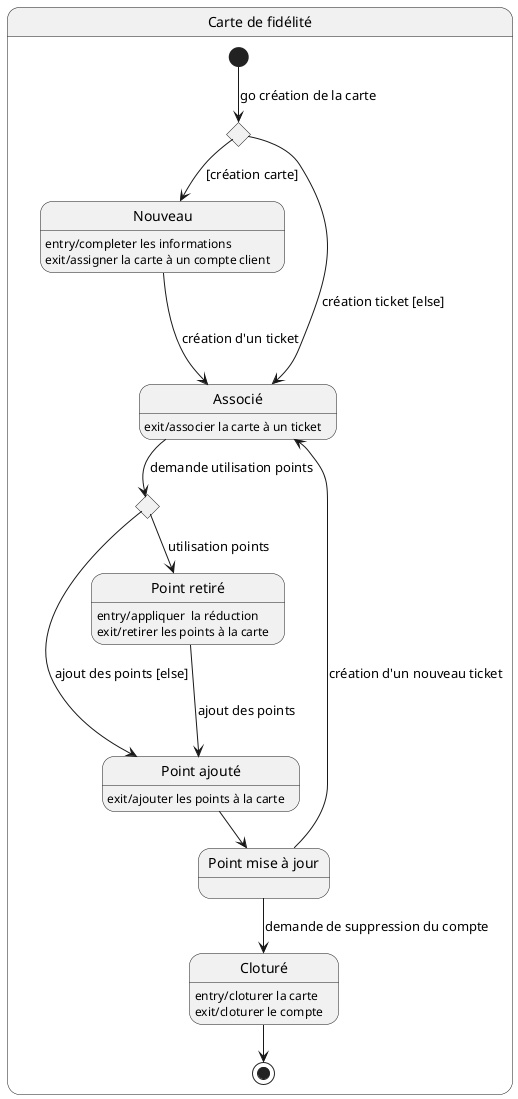
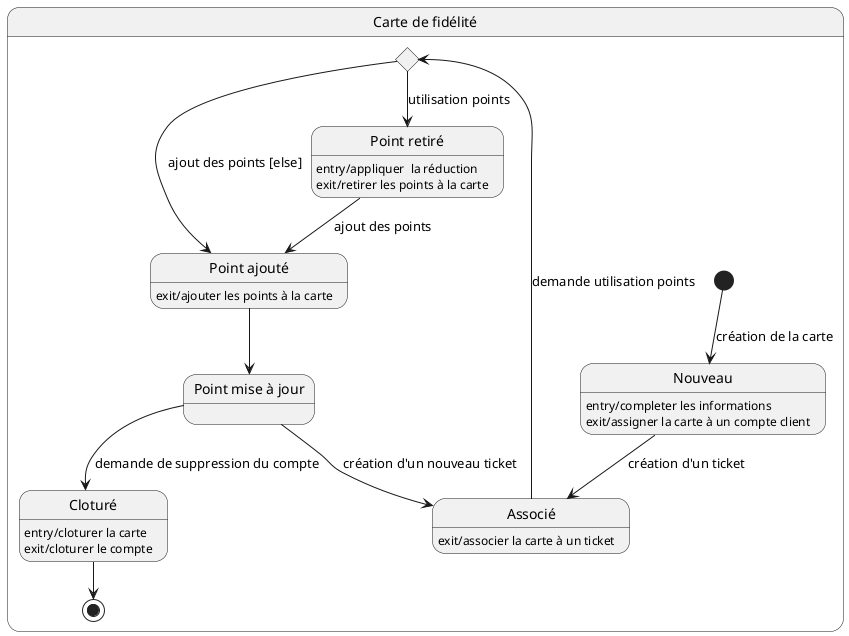
@startuml
state "Carte de fidélité" as chest <<state>>{
-     state choice1 <<choice>>
-     state choice2 <<choice>>
+ 
+     state choice <<choice>>

    state "Nouveau" as nouv
    nouv: entry/completer les informations
    nouv: exit/assigner la carte à un compte client

    state "Associé" as asso
    asso: exit/associer la carte à un ticket

    state "Point ajouté" as ptajout
    ptajout: exit/ajouter les points à la carte

    state "Point retiré" as ptret
    ptret: entry/appliquer  la réduction
    ptret: exit/retirer les points à la carte

    state "Point mise à jour" as ptmod

    state "Cloturé" as clot
    clot: entry/cloturer la carte
    clot: exit/cloturer le compte

-     [*] --> choice1 :go création de la carte
-     choice1 --> nouv :[création carte]
-     choice1 --> asso :création ticket [else]
-     nouv ---> asso :création d'un ticket
+     [*] --> nouv :création de la carte
+     nouv --> asso :création d'un ticket

-     asso --> choice2 :demande utilisation points
-     choice2 --> ptret :utilisation points
-     choice2 ---> ptajout :ajout des points [else]
-     ptret ---> ptajout :ajout des points
+     asso --> choice :demande utilisation points
+     choice --> ptret :utilisation points
+     choice --> ptajout :ajout des points [else]
+     ptret --> ptajout :ajout des points

    ptajout --> ptmod
-     ptmod ---> asso :création d'un nouveau ticket
+     ptmod --> asso :création d'un nouveau ticket
    ptmod --> clot :demande de suppression du compte
    clot --> [*]

}
@enduml
